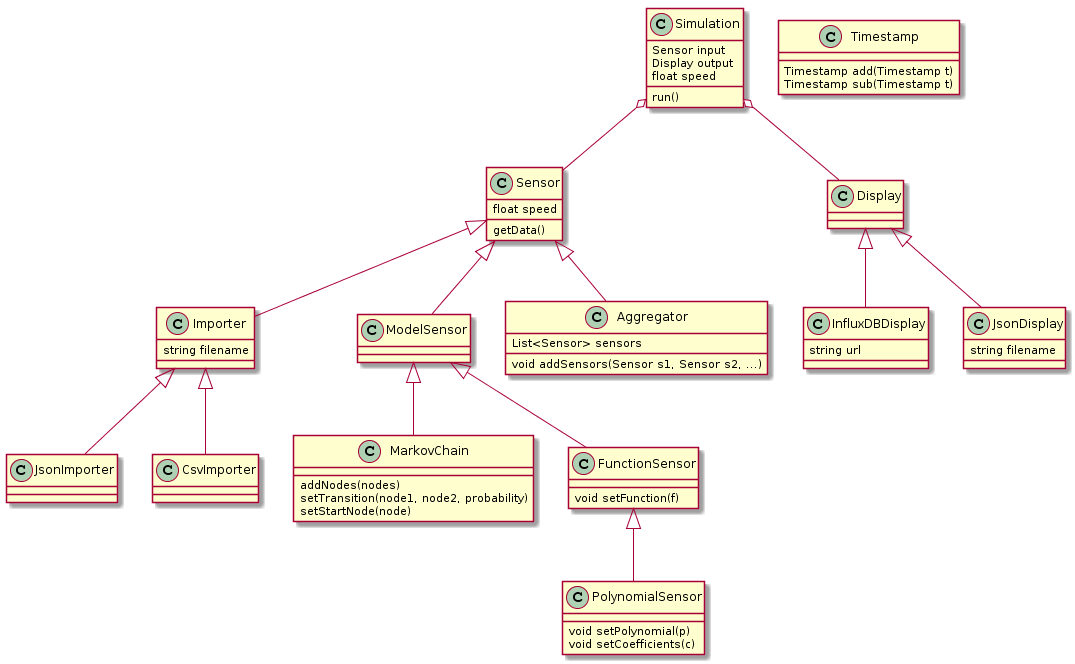
This is lab_2/report/figures/meta-model.png from Pantoofle/sec-labs, a PlantUML export, as it was before one commit.
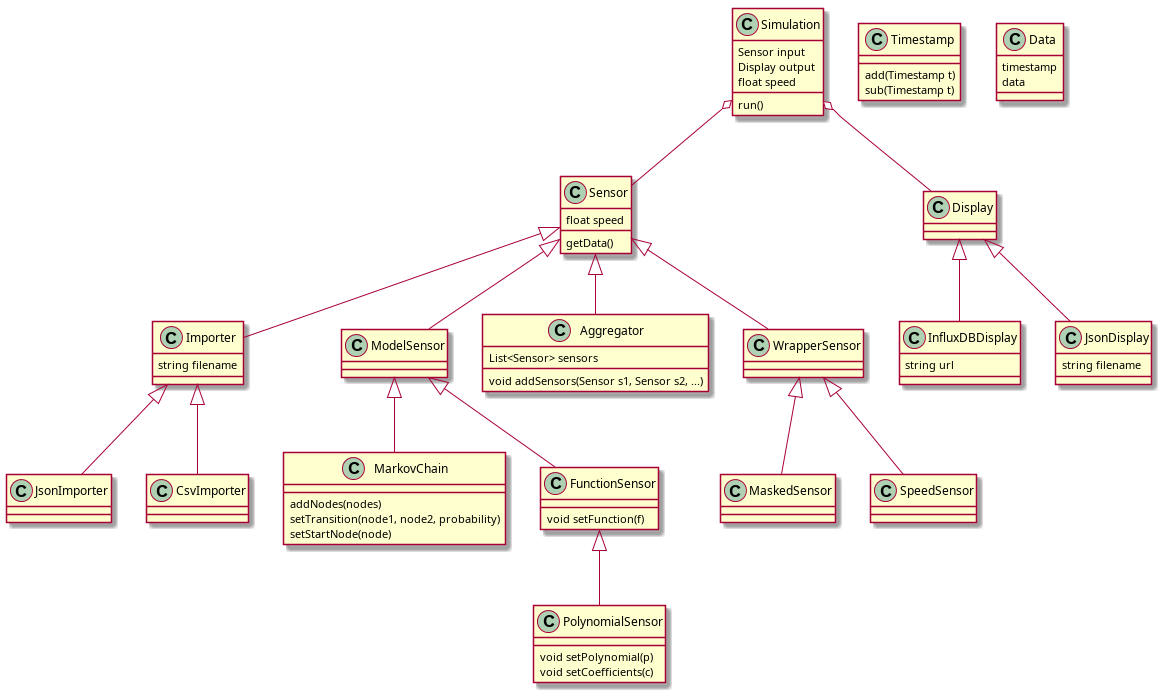
The same file after the commit.

What changed in the source:
```diff
@@ -2,6 +2,7 @@
 Sensor <|-- Importer
 Sensor <|-- ModelSensor
 Sensor <|-- Aggregator
+Sensor <|-- WrapperSensor
 
 ModelSensor <|-- MarkovChain
 ModelSensor <|-- FunctionSensor
@@ -17,8 +18,15 @@
 Importer <|-- JsonImporter
 Importer <|-- CsvImporter
 
-Timestamp : Timestamp add(Timestamp t)
-Timestamp : Timestamp sub(Timestamp t)
+WrapperSensor <|-- MaskedSensor
+WrapperSensor <|-- SpeedSensor
+
+
+Timestamp : add(Timestamp t)
+Timestamp : sub(Timestamp t)
+
+Data : timestamp
+Data : data
 
 Simulation : run()
 Simulation : Sensor input
@@ -48,4 +56,6 @@
 InfluxDBDisplay : string url
 
 JsonDisplay : string filename
+
+
 @enduml
```
